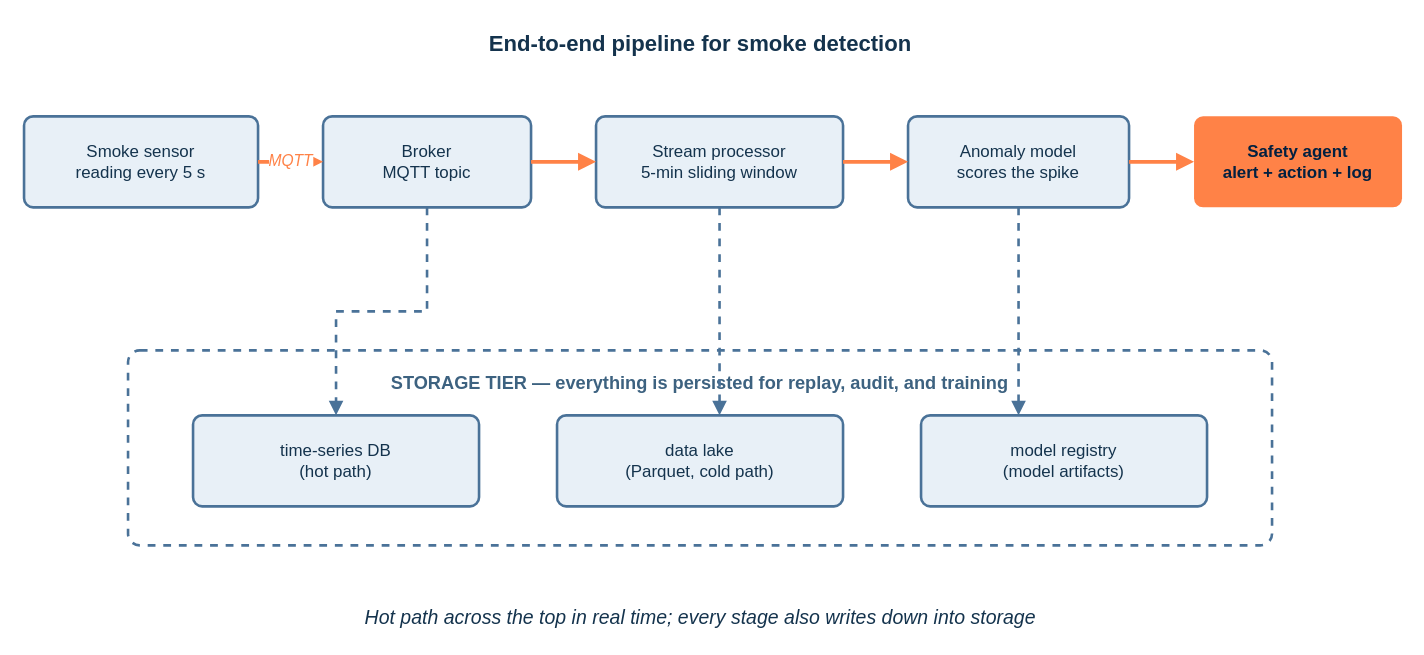
The draw.io diagram course-notes/diagrams/course-notes3-fig08.drawio in eislab-cps/D7065E, before the edit. Source tidied: cells renumbered, new cells numbered last; positions are measured from the earlier drawing's top-left corner, leaving out a move shared by most shapes. Both pictures are drawn from the tidied source at 130%, with x=0, y=0 at pixel (23, 22).
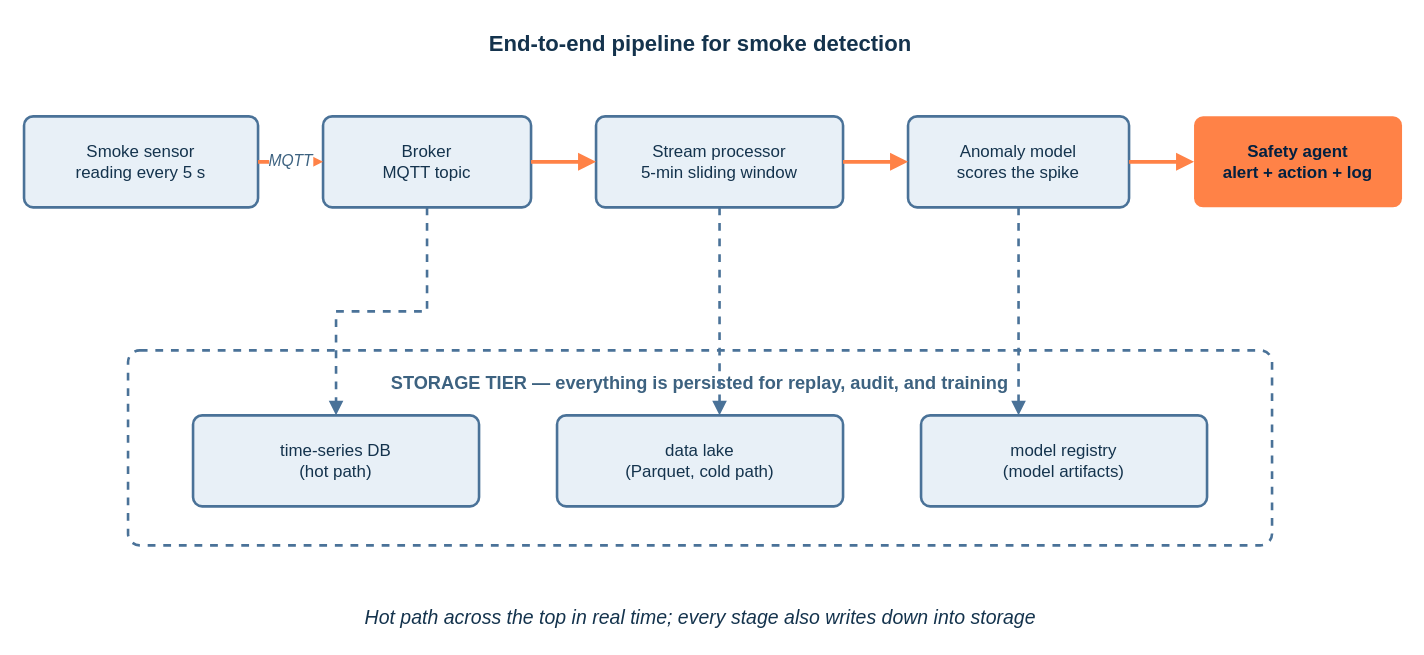
Above is the later version.

What changed in the source:
```diff
@@
 <mxGraphModel background="#FFFFFF">
   <root>
     <mxCell id="0" />
     <mxCell id="1" parent="0" />
     <mxCell id="2" value="End-to-end pipeline for smoke detection" style="text;html=1;align=center;fontColor=#14334D;fontSize=17;fontStyle=1;fontFamily=Helvetica;" parent="1" vertex="1">
       <mxGeometry x="120" width="800" height="28" as="geometry" />
     </mxCell>
     <mxCell id="3" value="Smoke sensor&#10;reading every 5 s" style="rounded=1;whiteSpace=wrap;html=1;fillColor=#E8F0F7;strokeColor=#4A7298;strokeWidth=2;fontColor=#14334D;fontSize=13;fontFamily=Helvetica;arcSize=10;" parent="1" vertex="1">
       <mxGeometry y="72" width="180" height="70" as="geometry" />
     </mxCell>
     <mxCell id="4" value="Broker&#10;MQTT topic" style="rounded=1;whiteSpace=wrap;html=1;fillColor=#E8F0F7;strokeColor=#4A7298;strokeWidth=2;fontColor=#14334D;fontSize=13;fontFamily=Helvetica;arcSize=10;" parent="1" vertex="1">
       <mxGeometry x="230" y="72" width="160" height="70" as="geometry" />
     </mxCell>
     <mxCell id="5" value="Stream processor&#10;5-min sliding window" style="rounded=1;whiteSpace=wrap;html=1;fillColor=#E8F0F7;strokeColor=#4A7298;strokeWidth=2;fontColor=#14334D;fontSize=13;fontFamily=Helvetica;arcSize=10;" parent="1" vertex="1">
       <mxGeometry x="440" y="72" width="190" height="70" as="geometry" />
     </mxCell>
     <mxCell id="6" value="Anomaly model&#10;scores the spike" style="rounded=1;whiteSpace=wrap;html=1;fillColor=#E8F0F7;strokeColor=#4A7298;strokeWidth=2;fontColor=#14334D;fontSize=13;fontFamily=Helvetica;arcSize=10;" parent="1" vertex="1">
       <mxGeometry x="680" y="72" width="170" height="70" as="geometry" />
     </mxCell>
     <mxCell id="7" value="Safety agent&#10;alert + action + log" style="rounded=1;whiteSpace=wrap;html=1;fillColor=#FF8247;strokeColor=none;fontColor=#032040;fontSize=13;fontStyle=1;fontFamily=Helvetica;arcSize=10;" parent="1" vertex="1">
       <mxGeometry x="900" y="72" width="160" height="70" as="geometry" />
     </mxCell>
-    <mxCell id="8" value="MQTT" style="endArrow=block;html=1;strokeColor=#FF8247;strokeWidth=3;fontColor=#FF8247;fontSize=12;fontStyle=2;fontFamily=Helvetica;labelBackgroundColor=#FFFFFF;exitX=1;exitY=0.5;entryX=0;entryY=0.5;" parent="1" edge="1" source="3" target="4">
+    <mxCell id="8" value="MQTT" style="endArrow=block;html=1;strokeColor=#FF8247;strokeWidth=3;fontColor=#3D6280;fontSize=12;fontStyle=2;fontFamily=Helvetica;labelBackgroundColor=#FFFFFF;exitX=1;exitY=0.5;entryX=0;entryY=0.5;" parent="1" edge="1" source="3" target="4">
       <mxGeometry relative="1" as="geometry" />
     </mxCell>
     <mxCell id="9" style="endArrow=block;html=1;strokeColor=#FF8247;strokeWidth=3;exitX=1;exitY=0.5;entryX=0;entryY=0.5;" parent="1" edge="1" source="4" target="5">
       <mxGeometry relative="1" as="geometry" />
     </mxCell>
     <mxCell id="10" style="endArrow=block;html=1;strokeColor=#FF8247;strokeWidth=3;exitX=1;exitY=0.5;entryX=0;entryY=0.5;" parent="1" edge="1" source="5" target="6">
       <mxGeometry relative="1" as="geometry" />
     </mxCell>
     <mxCell id="11" style="endArrow=block;html=1;strokeColor=#FF8247;strokeWidth=3;exitX=1;exitY=0.5;entryX=0;entryY=0.5;" parent="1" edge="1" source="6" target="7">
       <mxGeometry relative="1" as="geometry" />
     </mxCell>
     <mxCell id="12" value="STORAGE TIER — everything is persisted for replay, audit, and training" style="rounded=1;whiteSpace=wrap;html=1;fillColor=none;strokeColor=#4A7298;dashed=1;strokeWidth=2;verticalAlign=top;fontColor=#3D6280;fontSize=14;fontStyle=1;fontFamily=Helvetica;spacingTop=10;arcSize=6;" parent="1" vertex="1">
       <mxGeometry x="80" y="252" width="880" height="150" as="geometry" />
     </mxCell>
     <mxCell id="13" value="time-series DB&#10;(hot path)" style="rounded=1;whiteSpace=wrap;html=1;fillColor=#E8F0F7;strokeColor=#4A7298;strokeWidth=2;fontColor=#14334D;fontSize=13;fontFamily=Helvetica;arcSize=10;" parent="1" vertex="1">
       <mxGeometry x="130" y="302" width="220" height="70" as="geometry" />
     </mxCell>
     <mxCell id="14" value="data lake&#10;(Parquet, cold path)" style="rounded=1;whiteSpace=wrap;html=1;fillColor=#E8F0F7;strokeColor=#4A7298;strokeWidth=2;fontColor=#14334D;fontSize=13;fontFamily=Helvetica;arcSize=10;" parent="1" vertex="1">
       <mxGeometry x="410" y="302" width="220" height="70" as="geometry" />
     </mxCell>
     <mxCell id="15" value="model registry&#10;(model artifacts)" style="rounded=1;whiteSpace=wrap;html=1;fillColor=#E8F0F7;strokeColor=#4A7298;strokeWidth=2;fontColor=#14334D;fontSize=13;fontFamily=Helvetica;arcSize=10;" parent="1" vertex="1">
       <mxGeometry x="690" y="302" width="220" height="70" as="geometry" />
     </mxCell>
     <mxCell id="16" style="endArrow=block;html=1;strokeColor=#4A7298;strokeWidth=2;dashed=1;edgeStyle=orthogonalEdgeStyle;rounded=0;exitX=0.5;exitY=1;entryX=0.5;entryY=0;" parent="1" edge="1" source="4" target="13">
       <mxGeometry relative="1" as="geometry" />
     </mxCell>
     <mxCell id="17" style="endArrow=block;html=1;strokeColor=#4A7298;strokeWidth=2;dashed=1;exitX=0.5;exitY=1;entryX=0.5682;entryY=0;" parent="1" edge="1" source="5" target="14">
       <mxGeometry relative="1" as="geometry" />
     </mxCell>
     <mxCell id="18" style="endArrow=block;html=1;strokeColor=#4A7298;strokeWidth=2;dashed=1;exitX=0.5;exitY=1;entryX=0.3409;entryY=0;" parent="1" edge="1" source="6" target="15">
       <mxGeometry relative="1" as="geometry" />
     </mxCell>
     <mxCell id="19" value="Hot path across the top in real time; every stage also writes down into storage" style="text;html=1;align=center;fontColor=#14334D;fontSize=15;fontStyle=2;fontFamily=Helvetica;" parent="1" vertex="1">
       <mxGeometry x="120" y="442" width="800" height="28" as="geometry" />
     </mxCell>
   </root>
 </mxGraphModel>
```
